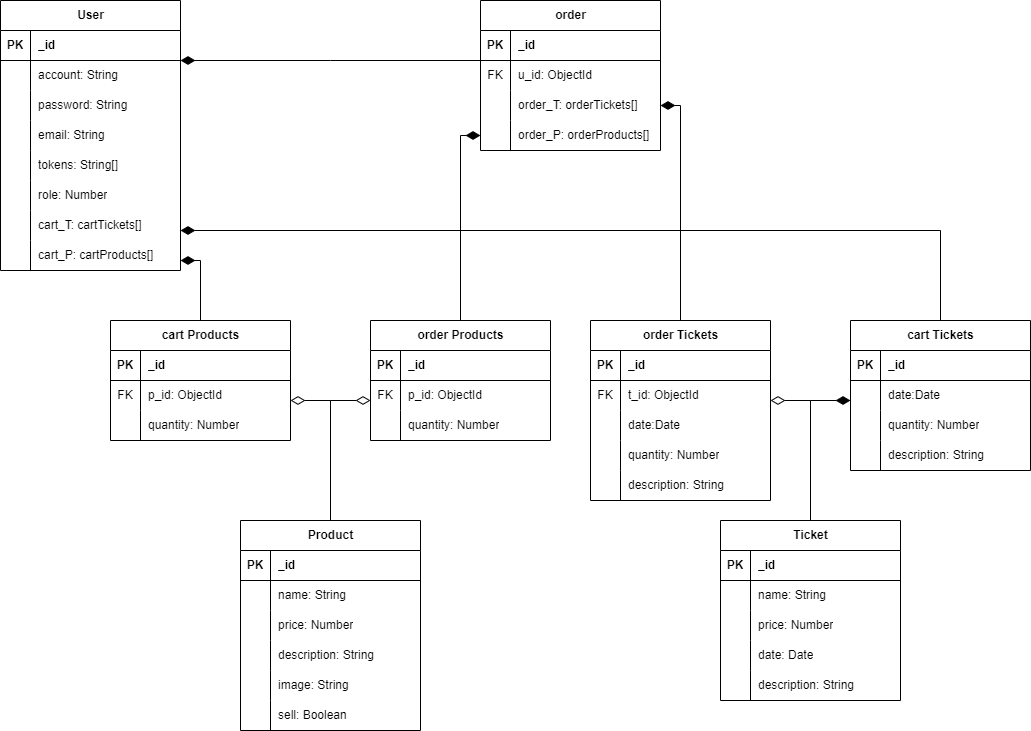
This is 形象網站專題/database.drawio.png from Inori0107/Muller-, a draw.io export, as it was before one commit. Source tidied: cells renumbered, new cells last; positions are measured from the earlier drawing's top-left corner, leaving out a move shared by most shapes.
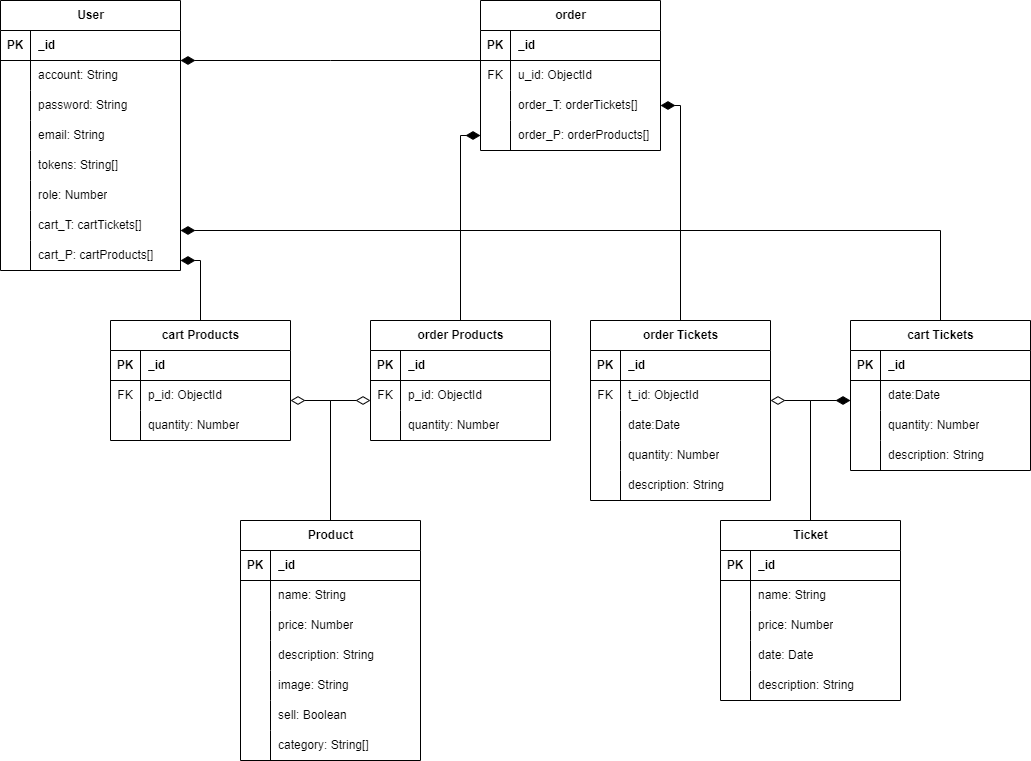
Later version of the same file.

The edit, as a diff of the source:
```diff
@@ -141,7 +141,7 @@
       <mxGeometry relative="1" as="geometry" />
     </mxCell>
     <mxCell id="48" value="Product" style="shape=table;startSize=30;rowLines=0;fontStyle=1;align=center;html=1;" parent="1" vertex="1">
-      <mxGeometry x="240" y="520" width="180" height="210" as="geometry" />
+      <mxGeometry x="240" y="520" width="180" height="240" as="geometry" />
     </mxCell>
     <mxCell id="49" style="shape=tableRow;horizontal=0;startSize=0;swimlaneHead=0;swimlaneBody=0;fillColor=none;top=0;left=0;right=0;bottom=1;" parent="48" vertex="1">
       <mxGeometry y="30" width="180" height="30" as="geometry" />
@@ -197,6 +197,15 @@
     <mxCell id="66" value="sell: Boolean" style="shape=partialRectangle;fillColor=none;top=0;left=0;bottom=0;right=0;align=left;spacingLeft=6;overflow=hidden;whiteSpace=wrap;html=1;" parent="64" vertex="1">
       <mxGeometry x="30" width="150" height="30" as="geometry" />
     </mxCell>
+    <mxCell id="138" style="shape=tableRow;horizontal=0;startSize=0;swimlaneHead=0;swimlaneBody=0;fillColor=none;top=0;left=0;right=0;bottom=0;" parent="48" vertex="1">
+      <mxGeometry y="210" width="180" height="30" as="geometry" />
+    </mxCell>
+    <mxCell id="139" style="shape=partialRectangle;fillColor=none;top=0;left=0;bottom=0;right=0;overflow=hidden;whiteSpace=wrap;html=1;" parent="138" vertex="1">
+      <mxGeometry width="30" height="30" as="geometry" />
+    </mxCell>
+    <mxCell id="140" value="category: String[]" style="shape=partialRectangle;fillColor=none;top=0;left=0;bottom=0;right=0;align=left;spacingLeft=6;overflow=hidden;whiteSpace=wrap;html=1;" parent="138" vertex="1">
+      <mxGeometry x="30" width="150" height="30" as="geometry" />
+    </mxCell>
     <mxCell id="67" value="order" style="shape=table;startSize=30;rowLines=0;fontStyle=1;align=center;html=1;" parent="1" vertex="1">
       <mxGeometry x="480" width="180" height="150" as="geometry" />
     </mxCell>
```
